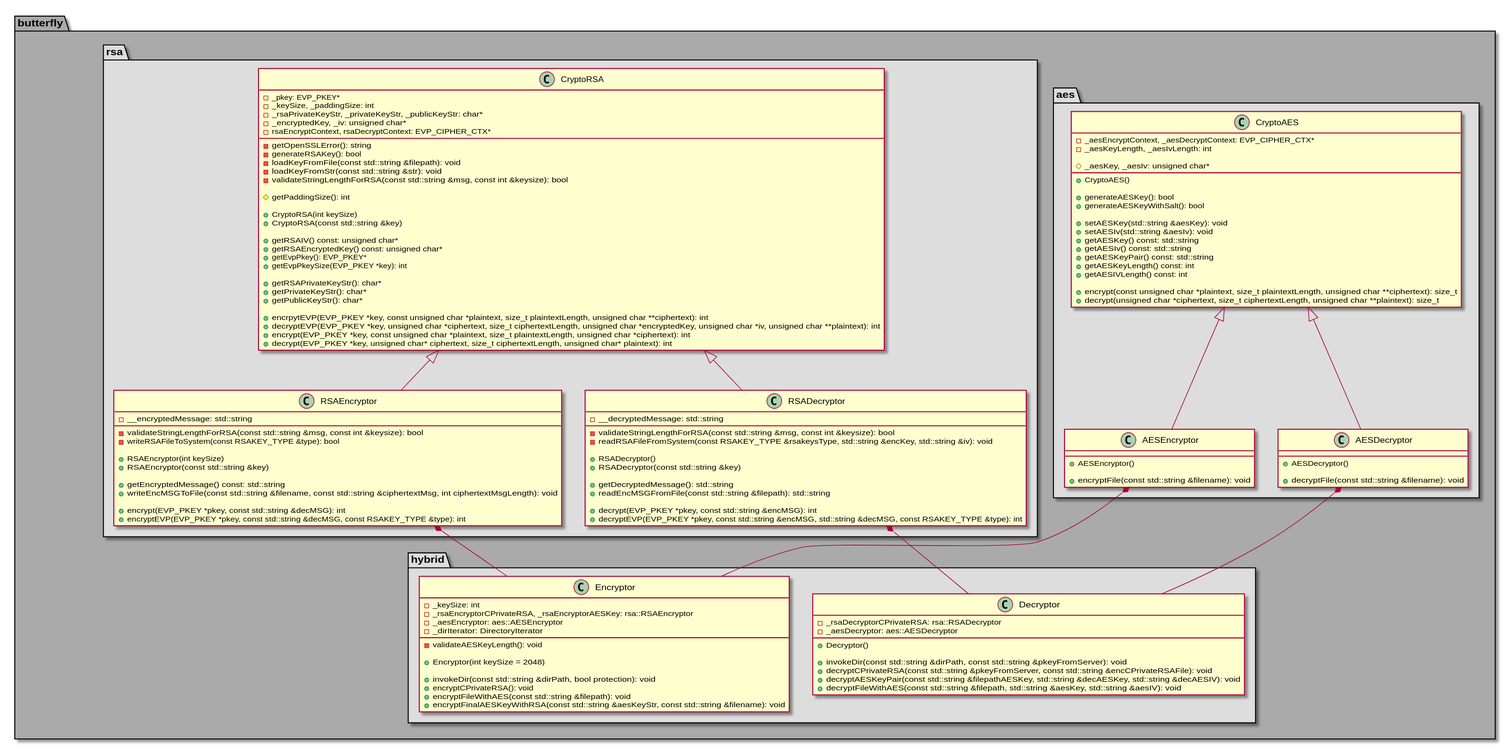
The PlantUML diagram architecture/class_diagrams/crypto/hybrid.svg in bierschi/butterfly, before a commit.
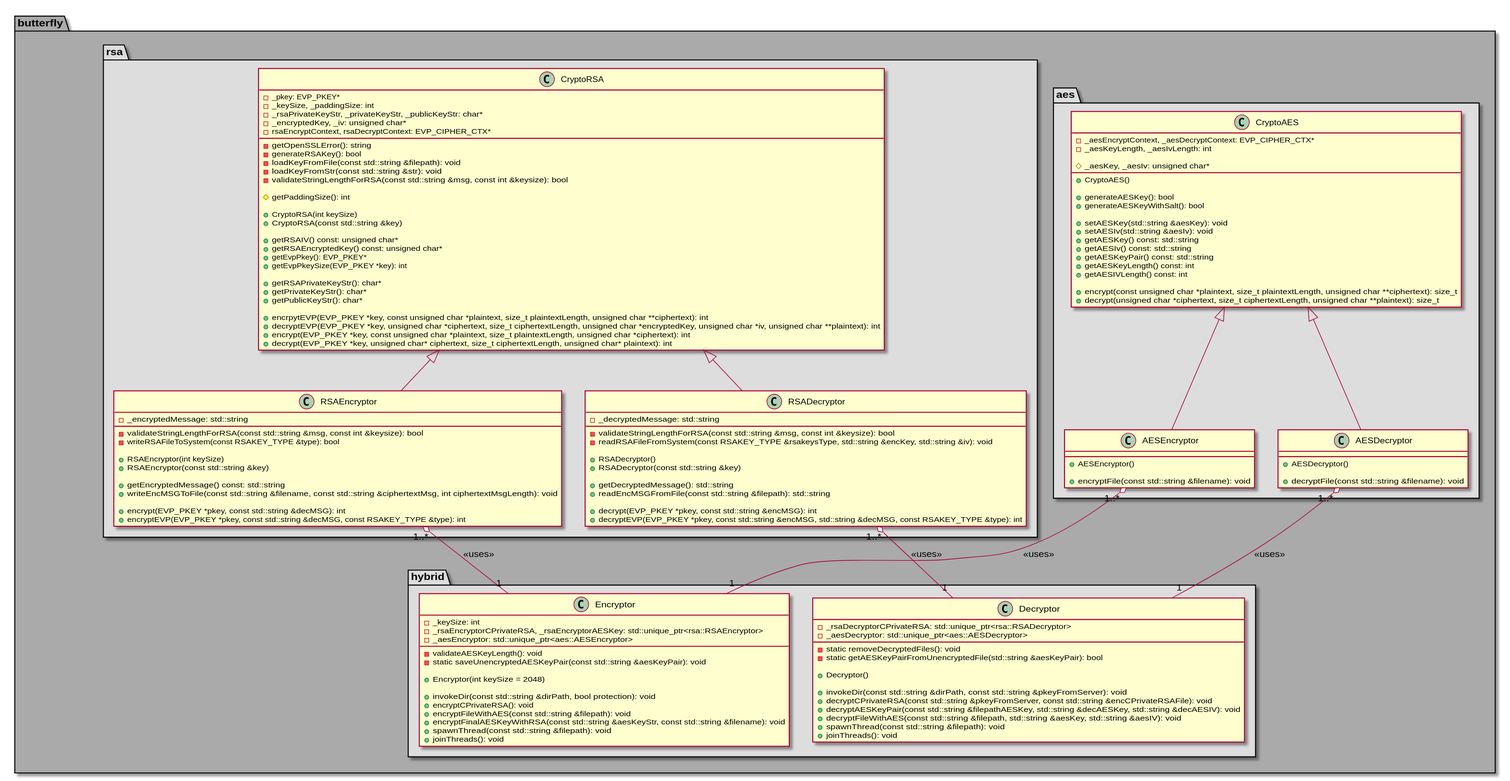
Above is the later version.

Change to the diagram source:
```diff
@@ -7,42 +7,42 @@
 {
     class CryptoAES
     {
-        -_aesEncryptContext, _aesDecryptContext: EVP_CIPHER_CTX*
-        -_aesKeyLength, _aesIvLength: int
+        - _aesEncryptContext, _aesDecryptContext: EVP_CIPHER_CTX*
+        - _aesKeyLength, _aesIvLength: int
 
-        #_aesKey, _aesIv: unsigned char*
+        # _aesKey, _aesIv: unsigned char*
 
-        +CryptoAES()
+        + CryptoAES()
 
-        +generateAESKey(): bool
-        +generateAESKeyWithSalt(): bool
+        + generateAESKey(): bool
+        + generateAESKeyWithSalt(): bool
 
-        +setAESKey(std::string &aesKey): void
-        +setAESIv(std::string &aesIv): void
-        +getAESKey() const: std::string
-        +getAESIv() const: std::string
-        +getAESKeyPair() const: std::string
-        +getAESKeyLength() const: int
-        +getAESIVLength() const: int
+        + setAESKey(std::string &aesKey): void
+        + setAESIv(std::string &aesIv): void
+        + getAESKey() const: std::string
+        + getAESIv() const: std::string
+        + getAESKeyPair() const: std::string
+        + getAESKeyLength() const: int
+        + getAESIVLength() const: int
 
-        +encrypt(const unsigned char *plaintext, size_t plaintextLength, unsigned char **ciphertext): size_t
-        +decrypt(unsigned char *ciphertext, size_t ciphertextLength, unsigned char **plaintext): size_t
+        + encrypt(const unsigned char *plaintext, size_t plaintextLength, unsigned char **ciphertext): size_t
+        + decrypt(unsigned char *ciphertext, size_t ciphertextLength, unsigned char **plaintext): size_t
     }
 
 
     class AESEncryptor
     {
-        +AESEncryptor()
+        + AESEncryptor()
 
-        +encryptFile(const std::string &filename): void
+        + encryptFile(const std::string &filename): void
 
     }
 
     class AESDecryptor
     {
-        +AESDecryptor()
+        + AESDecryptor()
 
-        +decryptFile(const std::string &filename): void
+        + decryptFile(const std::string &filename): void
     }
 
 }
@@ -51,101 +51,110 @@
 {
     class CryptoRSA
     {
-        -_pkey: EVP_PKEY*
-        -_keySize, _paddingSize: int
-        -_rsaPrivateKeyStr, _privateKeyStr, _publicKeyStr: char*
-        -_encryptedKey, _iv: unsigned char*
+        - _pkey: EVP_PKEY*
+        - _keySize, _paddingSize: int
+        - _rsaPrivateKeyStr, _privateKeyStr, _publicKeyStr: char*
+        - _encryptedKey, _iv: unsigned char*
         - rsaEncryptContext, rsaDecryptContext: EVP_CIPHER_CTX*
 
-        -getOpenSSLError(): string
-        -generateRSAKey(): bool
-        -loadKeyFromFile(const std::string &filepath): void
-        -loadKeyFromStr(const std::string &str): void
-        -validateStringLengthForRSA(const std::string &msg, const int &keysize): bool
+        - getOpenSSLError(): string
+        - generateRSAKey(): bool
+        - loadKeyFromFile(const std::string &filepath): void
+        - loadKeyFromStr(const std::string &str): void
+        - validateStringLengthForRSA(const std::string &msg, const int &keysize): bool
 
-        #getPaddingSize(): int
+        # getPaddingSize(): int
 
-        +CryptoRSA(int keySize)
-        +CryptoRSA(const std::string &key)
+        + CryptoRSA(int keySize)
+        + CryptoRSA(const std::string &key)
 
-        +getRSAIV() const: unsigned char*
-        +getRSAEncryptedKey() const: unsigned char*
-        +getEvpPkey(): EVP_PKEY*
-        +getEvpPkeySize(EVP_PKEY *key): int
+        + getRSAIV() const: unsigned char*
+        + getRSAEncryptedKey() const: unsigned char*
+        + getEvpPkey(): EVP_PKEY*
+        + getEvpPkeySize(EVP_PKEY *key): int
 
-        +getRSAPrivateKeyStr(): char*
-        +getPrivateKeyStr(): char*
-        +getPublicKeyStr(): char*
+        + getRSAPrivateKeyStr(): char*
+        + getPrivateKeyStr(): char*
+        + getPublicKeyStr(): char*
 
-        +encrpytEVP(EVP_PKEY *key, const unsigned char *plaintext, size_t plaintextLength, unsigned char **ciphertext): int
-        +decryptEVP(EVP_PKEY *key, unsigned char *ciphertext, size_t ciphertextLength, unsigned char *encryptedKey, unsigned char *iv, unsigned char **plaintext): int
-        +encrypt(EVP_PKEY *key, const unsigned char *plaintext, size_t plaintextLength, unsigned char *ciphertext): int
-        +decrypt(EVP_PKEY *key, unsigned char* ciphertext, size_t ciphertextLength, unsigned char* plaintext): int
+        + encrpytEVP(EVP_PKEY *key, const unsigned char *plaintext, size_t plaintextLength, unsigned char **ciphertext): int
+        + decryptEVP(EVP_PKEY *key, unsigned char *ciphertext, size_t ciphertextLength, unsigned char *encryptedKey, unsigned char *iv, unsigned char **plaintext): int
+        + encrypt(EVP_PKEY *key, const unsigned char *plaintext, size_t plaintextLength, unsigned char *ciphertext): int
+        + decrypt(EVP_PKEY *key, unsigned char* ciphertext, size_t ciphertextLength, unsigned char* plaintext): int
     }
 
     class RSAEncryptor
     {
-        -__encryptedMessage: std::string
+        - _encryptedMessage: std::string
 
-        -validateStringLengthForRSA(const std::string &msg, const int &keysize): bool
-        -writeRSAFileToSystem(const RSAKEY_TYPE &type): bool
+        - validateStringLengthForRSA(const std::string &msg, const int &keysize): bool
+        - writeRSAFileToSystem(const RSAKEY_TYPE &type): bool
 
-        +RSAEncryptor(int keySize)
-        +RSAEncryptor(const std::string &key)
+        + RSAEncryptor(int keySize)
+        + RSAEncryptor(const std::string &key)
 
-        +getEncryptedMessage() const: std::string
-        +writeEncMSGToFile(const std::string &filename, const std::string &ciphertextMsg, int ciphertextMsgLength): void
+        + getEncryptedMessage() const: std::string
+        + writeEncMSGToFile(const std::string &filename, const std::string &ciphertextMsg, int ciphertextMsgLength): void
 
-        +encrypt(EVP_PKEY *pkey, const std::string &decMSG): int
-        +encryptEVP(EVP_PKEY *pkey, const std::string &decMSG, const RSAKEY_TYPE &type): int
+        + encrypt(EVP_PKEY *pkey, const std::string &decMSG): int
+        + encryptEVP(EVP_PKEY *pkey, const std::string &decMSG, const RSAKEY_TYPE &type): int
     }
 
     class RSADecryptor
     {
-        -__decryptedMessage: std::string
-        -validateStringLengthForRSA(const std::string &msg, const int &keysize): bool
-        -readRSAFileFromSystem(const RSAKEY_TYPE &rsakeysType, std::string &encKey, std::string &iv): void
+        - _decryptedMessage: std::string
+        - validateStringLengthForRSA(const std::string &msg, const int &keysize): bool
+        - readRSAFileFromSystem(const RSAKEY_TYPE &rsakeysType, std::string &encKey, std::string &iv): void
 
-        +RSADecryptor()
-        +RSADecryptor(const std::string &key)
+        + RSADecryptor()
+        + RSADecryptor(const std::string &key)
 
-        +getDecryptedMessage(): std::string
-        +readEncMSGFromFile(const std::string &filepath): std::string
+        + getDecryptedMessage(): std::string
+        + readEncMSGFromFile(const std::string &filepath): std::string
 
-        +decrypt(EVP_PKEY *pkey, const std::string &encMSG): int
-        +decryptEVP(EVP_PKEY *pkey, const std::string &encMSG, std::string &decMSG, const RSAKEY_TYPE &type): int
+        + decrypt(EVP_PKEY *pkey, const std::string &encMSG): int
+        + decryptEVP(EVP_PKEY *pkey, const std::string &encMSG, std::string &decMSG, const RSAKEY_TYPE &type): int
     }
 
 }
 
 package hybrid #DDDDDD
 {
-    class Encryptor {
+    class Encryptor
+    {
         - _keySize: int
-        - _rsaEncryptorCPrivateRSA, _rsaEncryptorAESKey: rsa::RSAEncryptor
-        -_aesEncryptor: aes::AESEncryptor
-        -_dirIterator: DirectoryIterator
+        - _rsaEncryptorCPrivateRSA, _rsaEncryptorAESKey: std::unique_ptr<rsa::RSAEncryptor>
+        - _aesEncryptor: std::unique_ptr<aes::AESEncryptor>
 
         - validateAESKeyLength(): void
+        - static saveUnencryptedAESKeyPair(const std::string &aesKeyPair): void
 
-        +Encryptor(int keySize = 2048)
+        + Encryptor(int keySize = 2048)
 
-        +invokeDir(const std::string &dirPath, bool protection): void
-        +encryptCPrivateRSA(): void
-        +encryptFileWithAES(const std::string &filepath): void
-        +encryptFinalAESKeyWithRSA(const std::string &aesKeyStr, const std::string &filename): void
+        + invokeDir(const std::string &dirPath, bool protection): void
+        + encryptCPrivateRSA(): void
+        + encryptFileWithAES(const std::string &filepath): void
+        + encryptFinalAESKeyWithRSA(const std::string &aesKeyStr, const std::string &filename): void
+        + spawnThread(const std::string &filepath): void
+        + joinThreads(): void
     }
 
-    class Decryptor {
-        -_rsaDecryptorCPrivateRSA: rsa::RSADecryptor
-        -_aesDecryptor: aes::AESDecryptor
+    class Decryptor
+    {
+        - _rsaDecryptorCPrivateRSA: std::unique_ptr<rsa::RSADecryptor>
+        - _aesDecryptor: std::unique_ptr<aes::AESDecryptor>
 
-        +Decryptor()
+        - static removeDecryptedFiles(): void
+        - static getAESKeyPairFromUnencryptedFile(std::string &aesKeyPair): bool
 
-        +invokeDir(const std::string &dirPath, const std::string &pkeyFromServer): void
-        +decryptCPrivateRSA(const std::string &pkeyFromServer, const std::string &encCPrivateRSAFile): void
-        +decryptAESKeyPair(const std::string &filepathAESKey, std::string &decAESKey,  std::string &decAESIV): void
-        +decryptFileWithAES(const std::string &filepath, std::string &aesKey, std::string &aesIV): void
+        + Decryptor()
+
+        + invokeDir(const std::string &dirPath, const std::string &pkeyFromServer): void
+        + decryptCPrivateRSA(const std::string &pkeyFromServer, const std::string &encCPrivateRSAFile): void
+        + decryptAESKeyPair(const std::string &filepathAESKey, std::string &decAESKey,  std::string &decAESIV): void
+        + decryptFileWithAES(const std::string &filepath, std::string &aesKey, std::string &aesIV): void
+        + spawnThread(const std::string &filepath): void
+        + joinThreads(): void
     }
 }
 
@@ -172,11 +181,11 @@
 CryptoAES <|-- AESEncryptor
 CryptoAES <|-- AESDecryptor
 
-RSAEncryptor *-- Encryptor
-AESEncryptor *-- Encryptor
+RSAEncryptor "1..*" o-- "1" Encryptor: <<uses>>
+AESEncryptor "1..*" o-- "1" Encryptor: <<uses>>
 
-RSADecryptor *-- Decryptor
-AESDecryptor *-- Decryptor
+RSADecryptor "1..*" o-- "1" Decryptor: <<uses>>
+AESDecryptor "1..*" o-- "1" Decryptor: <<uses>>
 
 }
 @enduml
```
